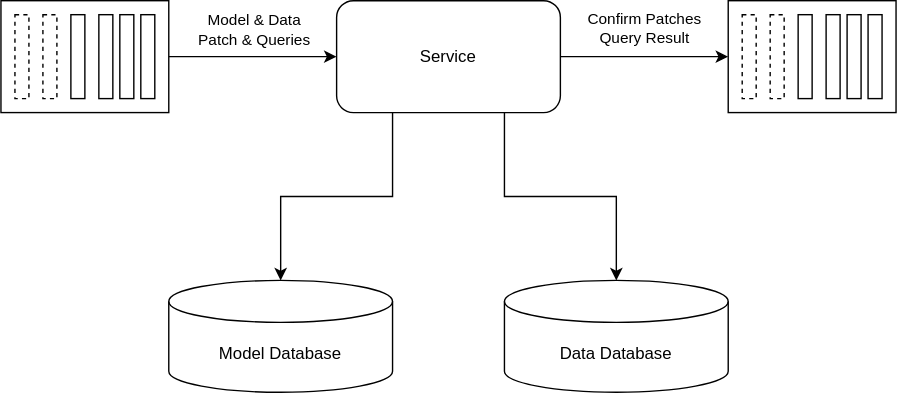
Earlier version of the draw.io export architecture-overview.svg (YuriyGorvitovskiy/state-patch-sql). Source tidied: cells renumbered, new cells last; positions are measured from the earlier drawing's top-left corner, leaving out a move shared by most shapes.
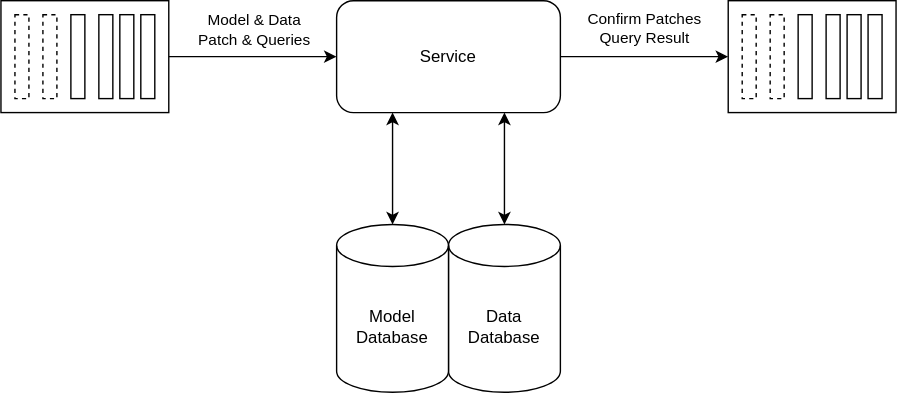
After the change.

What changed in the source:
```diff
@@ -2,13 +2,13 @@
   <root>
     <mxCell id="0" />
     <mxCell id="1" parent="0" />
+    <mxCell id="3" style="edgeStyle=orthogonalEdgeStyle;rounded=0;jettySize=auto;html=1;exitX=0.25;exitY=1;exitDx=0;exitDy=0;startArrow=classic;startFill=1;" parent="1" edge="1" source="6" target="9">
+      <mxGeometry relative="1" as="geometry" />
+    </mxCell>
     <mxCell id="2" value="Data Database" style="shape=cylinder3;whiteSpace=wrap;html=1;boundedLbl=1;backgroundOutline=1;size=15;" parent="1" vertex="1">
-      <mxGeometry x="360" y="200" width="160" height="80" as="geometry" />
+      <mxGeometry x="320" y="160" width="80" height="120" as="geometry" />
     </mxCell>
-    <mxCell id="3" style="edgeStyle=orthogonalEdgeStyle;rounded=0;jettySize=auto;html=1;exitX=0.25;exitY=1;exitDx=0;exitDy=0;" parent="1" edge="1" source="6" target="9">
-      <mxGeometry relative="1" as="geometry" />
-    </mxCell>
-    <mxCell id="4" style="edgeStyle=orthogonalEdgeStyle;rounded=0;jettySize=auto;html=1;exitX=0.75;exitY=1;exitDx=0;exitDy=0;entryX=0.5;entryY=0;entryDx=0;entryDy=0;entryPerimeter=0;" parent="1" edge="1" source="6" target="2">
+    <mxCell id="4" style="edgeStyle=orthogonalEdgeStyle;rounded=0;jettySize=auto;html=1;exitX=0.75;exitY=1;exitDx=0;exitDy=0;entryX=0.5;entryY=0;entryDx=0;entryDy=0;entryPerimeter=0;startArrow=classic;startFill=1;" parent="1" edge="1" source="6" target="2">
       <mxGeometry relative="1" as="geometry" />
     </mxCell>
     <mxCell id="5" value="Confirm&amp;nbsp;Patches&lt;br&gt;Query Result" style="edgeStyle=orthogonalEdgeStyle;rounded=0;jettySize=auto;html=1;exitX=1;exitY=0.5;exitDx=0;exitDy=0;entryX=0;entryY=0.5;entryDx=0;entryDy=0;" parent="1" edge="1" source="6" target="19">
@@ -26,7 +26,7 @@
       </mxGeometry>
     </mxCell>
     <mxCell id="9" value="Model Database" style="shape=cylinder3;whiteSpace=wrap;html=1;boundedLbl=1;backgroundOutline=1;size=15;" parent="1" vertex="1">
-      <mxGeometry x="120" y="200" width="160" height="80" as="geometry" />
+      <mxGeometry x="240" y="160" width="80" height="120" as="geometry" />
     </mxCell>
     <mxCell id="10" style="group;" parent="1" vertex="1">
       <mxGeometry width="120" height="80" as="geometry" />
```
